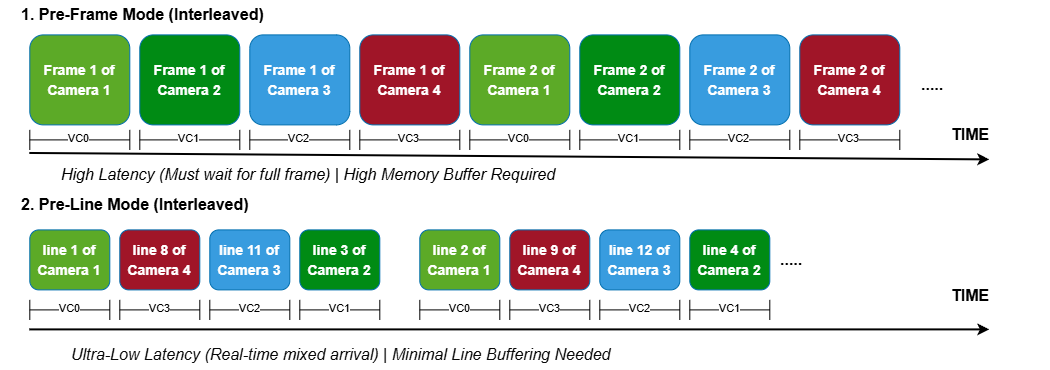
Earlier version of the draw.io export gmsl-integration/docs/images/Frame_Line_mode.png (Efinix-Inc/ecosystem-solutions). Source tidied: cells renumbered, new cells last; positions are measured from the earlier drawing's top-left corner, leaving out a move shared by most shapes.
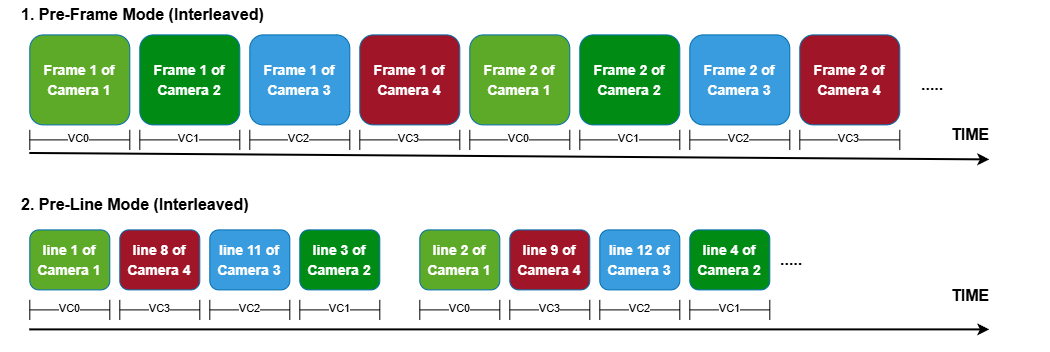
After the commit.

The edit, as a diff of the source:
```diff
@@ -92,9 +92,6 @@
     <mxCell id="28" value="&lt;font style=&quot;font-size: 14px;&quot;&gt;Frame 1 of Camera 1&lt;/font&gt;" style="rounded=1;whiteSpace=wrap;html=1;fillColor=light-dark(#5caa27, #198cc4);fontColor=#ffffff;strokeColor=#006eaf;fontStyle=1;fontSize=16;fillStyle=solid;" parent="1" vertex="1">
       <mxGeometry x="30" y="35" width="100" height="90" as="geometry" />
     </mxCell>
-    <mxCell id="29" value="High Latency (Must wait for full frame) | High Memory Buffer Required" style="text;html=1;align=left;verticalAlign=middle;strokeColor=none;fillColor=none;fontColor=light-dark(#000000, #e05d5d);fontStyle=2;fontSize=16;" parent="1" vertex="1">
-      <mxGeometry x="60" y="160" width="520" height="30" as="geometry" />
-    </mxCell>
     <mxCell id="30" value="&lt;span style=&quot;color: rgb(0, 0, 0);&quot;&gt;2. Pre-Line Mode (Interleaved)&lt;/span&gt;" style="text;html=1;align=left;verticalAlign=middle;strokeColor=none;fillColor=none;fontSize=16;fontStyle=1;fontColor=#FFFFFF;" parent="1" vertex="1">
       <mxGeometry x="20" y="190" width="240" height="30" as="geometry" />
     </mxCell>
@@ -104,9 +101,6 @@
         <mxPoint x="990" y="330" as="targetPoint" />
       </mxGeometry>
     </mxCell>
-    <mxCell id="32" value="&lt;span&gt;Ultra-Low Latency (Real-time mixed arrival) | Minimal Line Buffering Needed&lt;/span&gt;" style="text;html=1;align=left;verticalAlign=middle;strokeColor=none;fillColor=none;fontColor=light-dark(#080808, #005d00);fontStyle=2;fontSize=16;" parent="1" vertex="1">
-      <mxGeometry x="70" y="340" width="560" height="30" as="geometry" />
-    </mxCell>
     <mxCell id="33" value="&lt;span style=&quot;color: rgb(0, 0, 0);&quot;&gt;&lt;font&gt;TIME&lt;/font&gt;&lt;/span&gt;" style="text;html=1;align=left;verticalAlign=middle;strokeColor=none;fillColor=none;fontSize=16;fontStyle=1;fontColor=#FFFFFF;" parent="1" vertex="1">
       <mxGeometry x="950" y="281" width="60" height="30" as="geometry" />
     </mxCell>
```
